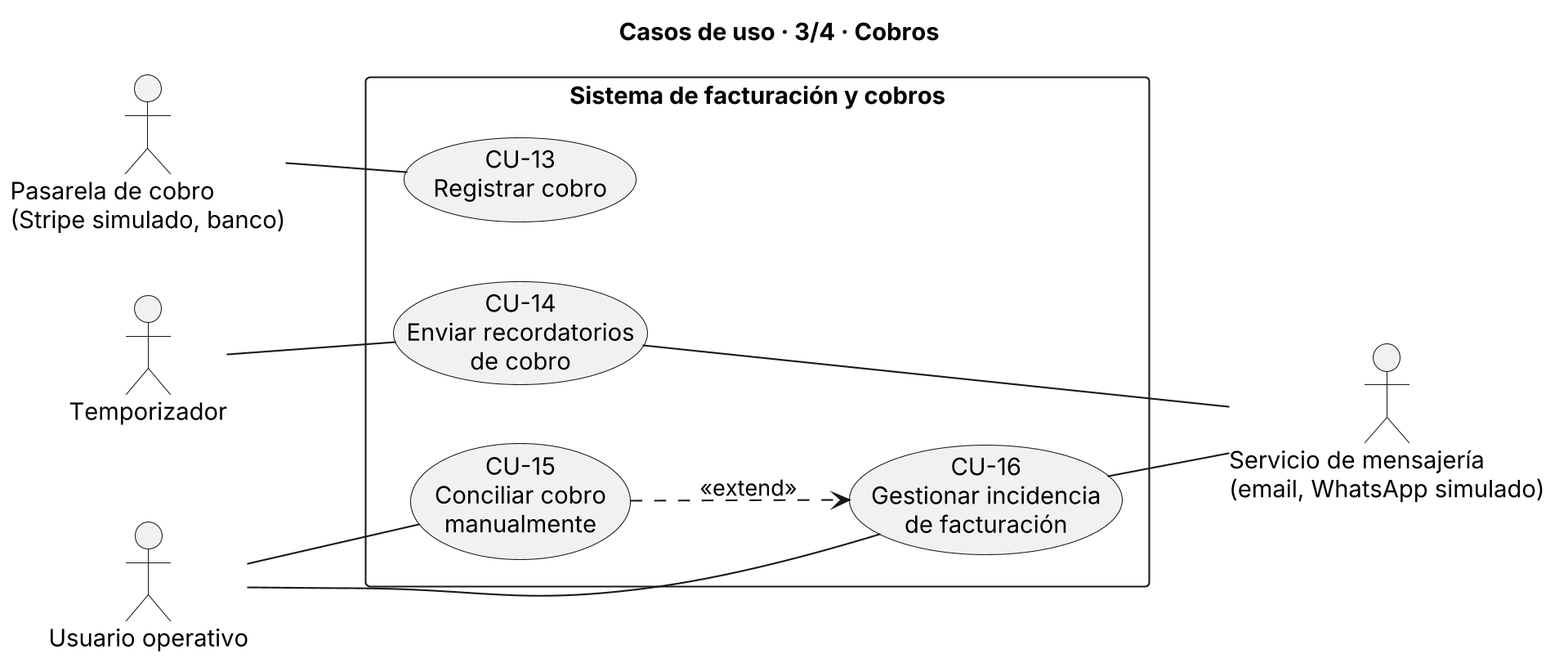
This is Casos_De_Uso/Casos de uso Jorge/diagramas/diagrama_3_cobros.png from shadow-251/Trabajo-ADAP, a PlantUML export, as it was before one commit. Its diagram source:
```plantuml
@startuml diagrama_3_cobros
skinparamlocked dpi 200
title Casos de uso · 3/4 · Cobros

left to right direction

actor "Temporizador" as TMP
actor "Pasarela de cobro\n(Stripe simulado, banco)" as PAS
actor "Usuario operativo" as UO
actor "Servicio de mensajería\n(email, WhatsApp simulado)" as MSG

rectangle "Sistema de facturación y cobros" {
  usecase "CU-13\nRegistrar cobro" as CU13
  usecase "CU-14\nEnviar recordatorios\nde cobro" as CU14
  usecase "CU-15\nConciliar cobro\nmanualmente" as CU15
  usecase "CU-16\nGestionar incidencia\nde facturación" as CU16
}

PAS -- CU13
TMP -- CU14
CU14 -- MSG
UO -- CU15
UO -- CU16
CU16 -- MSG

CU15 ..> CU16 : <<extend>>

@enduml
```
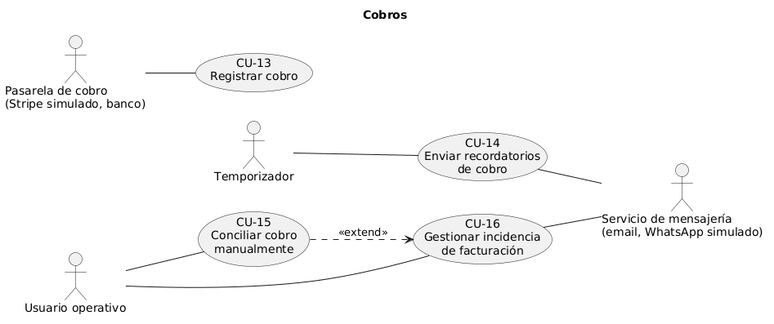
The same diagram one commit later.

Commit message:
Diagramas de casos de uso actualizado

What changed in the source:
```diff
@@ -1,6 +1,5 @@
-@startuml diagrama_3_cobros
-skinparamlocked dpi 200
-title Casos de uso · 3/4 · Cobros
+@startuml
+title Cobros
 
 left to right direction
 
@@ -9,12 +8,10 @@
 actor "Usuario operativo" as UO
 actor "Servicio de mensajería\n(email, WhatsApp simulado)" as MSG
 
-rectangle "Sistema de facturación y cobros" {
-  usecase "CU-13\nRegistrar cobro" as CU13
-  usecase "CU-14\nEnviar recordatorios\nde cobro" as CU14
-  usecase "CU-15\nConciliar cobro\nmanualmente" as CU15
-  usecase "CU-16\nGestionar incidencia\nde facturación" as CU16
-}
+usecase "CU-13\nRegistrar cobro" as CU13
+usecase "CU-14\nEnviar recordatorios\nde cobro" as CU14
+usecase "CU-15\nConciliar cobro\nmanualmente" as CU15
+usecase "CU-16\nGestionar incidencia\nde facturación" as CU16
 
 PAS -- CU13
 TMP -- CU14
@@ -24,5 +21,4 @@
 CU16 -- MSG
 
 CU15 ..> CU16 : <<extend>>
-
 @enduml
```
